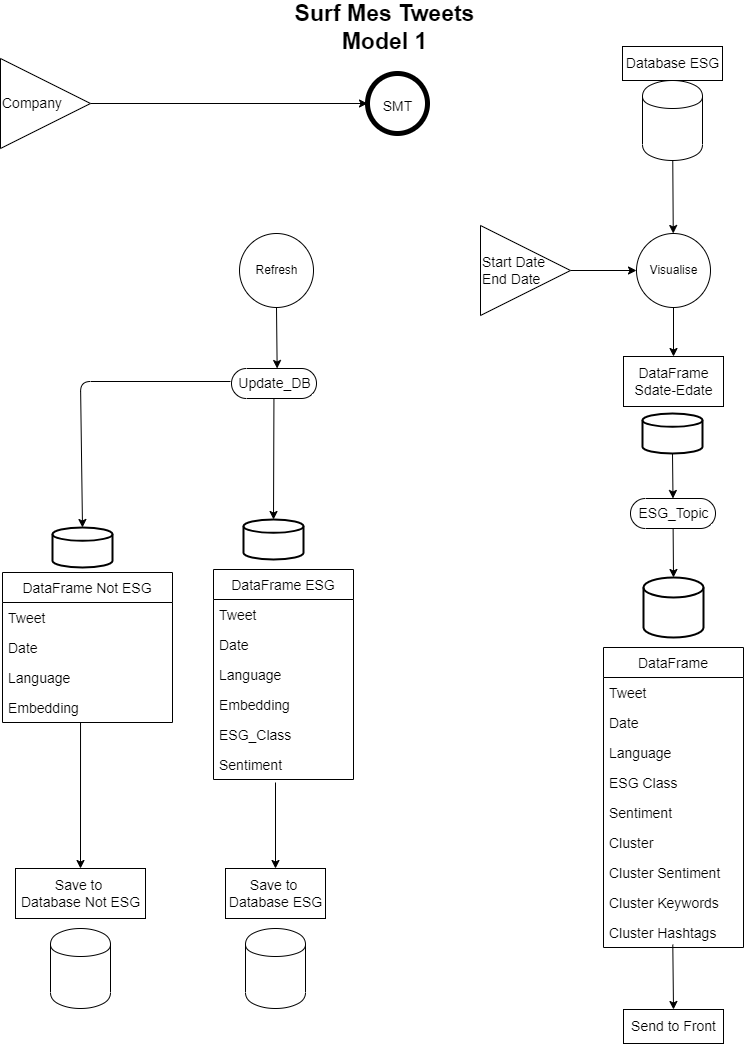
HusseinRR/Twitter-Sentiment-Analysis keeps this draw.io diagram as Final_models/documentation + resources/Model_1.png. Above is the earlier version. Source tidied: cells renumbered, new cells last; positions are measured from the earlier drawing's top-left corner, leaving out a move shared by most shapes.
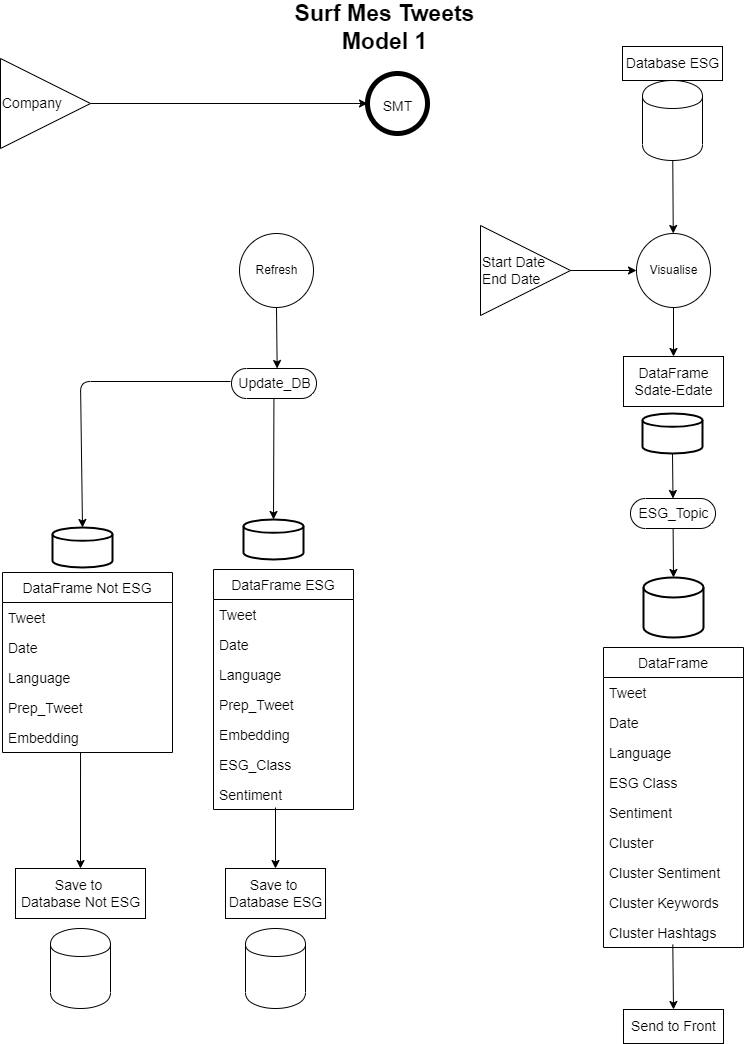
After the change.

Change to the diagram source:
```diff
@@ -44,7 +44,7 @@
       <mxGeometry x="243" y="512" width="60" height="40" as="geometry" />
     </mxCell>
     <mxCell id="14" value="DataFrame ESG" style="swimlane;fontStyle=0;horizontal=1;startSize=30;fontSize=14;" parent="1" vertex="1">
-      <mxGeometry x="213" y="562" width="140" height="210" as="geometry" />
+      <mxGeometry x="213" y="562" width="140" height="240" as="geometry" />
     </mxCell>
     <mxCell id="15" value="Tweet" style="text;strokeColor=none;fillColor=none;align=left;verticalAlign=middle;spacingLeft=4;spacingRight=4;overflow=hidden;fontSize=14;" parent="14" vertex="1">
       <mxGeometry y="30" width="140" height="30" as="geometry" />
@@ -55,14 +55,17 @@
     <mxCell id="17" value="Language" style="text;strokeColor=none;fillColor=none;align=left;verticalAlign=middle;spacingLeft=4;spacingRight=4;overflow=hidden;fontSize=14;" parent="14" vertex="1">
       <mxGeometry y="90" width="140" height="30" as="geometry" />
     </mxCell>
+    <mxCell id="59" value="Prep_Tweet" style="text;strokeColor=none;fillColor=none;align=left;verticalAlign=middle;spacingLeft=4;spacingRight=4;overflow=hidden;fontSize=14;" parent="14" vertex="1">
+      <mxGeometry y="120" width="140" height="30" as="geometry" />
+    </mxCell>
     <mxCell id="18" value="Embedding" style="text;strokeColor=none;fillColor=none;align=left;verticalAlign=middle;spacingLeft=4;spacingRight=4;overflow=hidden;fontSize=14;" parent="14" vertex="1">
-      <mxGeometry y="120" width="140" height="30" as="geometry" />
+      <mxGeometry y="150" width="140" height="30" as="geometry" />
     </mxCell>
     <mxCell id="19" value="ESG_Class" style="text;strokeColor=none;fillColor=none;align=left;verticalAlign=middle;spacingLeft=4;spacingRight=4;overflow=hidden;fontSize=14;" parent="14" vertex="1">
-      <mxGeometry y="150" width="140" height="30" as="geometry" />
+      <mxGeometry y="180" width="140" height="30" as="geometry" />
     </mxCell>
     <mxCell id="20" value="Sentiment" style="text;strokeColor=none;fillColor=none;align=left;verticalAlign=middle;spacingLeft=4;spacingRight=4;overflow=hidden;fontSize=14;" parent="14" vertex="1">
-      <mxGeometry y="180" width="140" height="30" as="geometry" />
+      <mxGeometry y="210" width="140" height="30" as="geometry" />
     </mxCell>
     <mxCell id="21" style="edgeStyle=none;html=1;entryX=0.5;entryY=0;entryDx=0;entryDy=0;fontSize=14;startArrow=none;" parent="1" edge="1" source="24">
       <mxGeometry relative="1" as="geometry">
@@ -74,14 +77,14 @@
     </mxCell>
     <mxCell id="23" style="edgeStyle=none;html=1;entryX=0.5;entryY=0;entryDx=0;entryDy=0;fontSize=14;" parent="1" edge="1" target="24">
       <mxGeometry relative="1" as="geometry">
-        <mxPoint x="275" y="775" as="sourcePoint" />
+        <mxPoint x="275" y="800" as="sourcePoint" />
       </mxGeometry>
     </mxCell>
     <mxCell id="24" value="Save to&amp;nbsp;&lt;br&gt;Database ESG" style="html=1;dashed=0;whitespace=wrap;fontSize=14;" parent="1" vertex="1">
       <mxGeometry x="225" y="861" width="100" height="50" as="geometry" />
     </mxCell>
     <mxCell id="25" value="DataFrame Not ESG" style="swimlane;fontStyle=0;horizontal=1;startSize=30;fontSize=14;" parent="1" vertex="1">
-      <mxGeometry x="2" y="565" width="170" height="150" as="geometry" />
+      <mxGeometry x="2" y="565" width="170" height="180" as="geometry" />
     </mxCell>
     <mxCell id="26" value="Tweet" style="text;strokeColor=none;fillColor=none;align=left;verticalAlign=middle;spacingLeft=4;spacingRight=4;overflow=hidden;fontSize=14;" parent="25" vertex="1">
       <mxGeometry y="30" width="170" height="30" as="geometry" />
@@ -89,11 +92,14 @@
     <mxCell id="27" value="Date" style="text;strokeColor=none;fillColor=none;align=left;verticalAlign=middle;spacingLeft=4;spacingRight=4;overflow=hidden;fontSize=14;" parent="25" vertex="1">
       <mxGeometry y="60" width="170" height="30" as="geometry" />
     </mxCell>
+    <mxCell id="60" value="Language" style="text;strokeColor=none;fillColor=none;align=left;verticalAlign=middle;spacingLeft=4;spacingRight=4;overflow=hidden;fontSize=14;" parent="25" vertex="1">
+      <mxGeometry y="90" width="170" height="30" as="geometry" />
+    </mxCell>
-    <mxCell id="28" value="Language" style="text;strokeColor=none;fillColor=none;align=left;verticalAlign=middle;spacingLeft=4;spacingRight=4;overflow=hidden;fontSize=14;" parent="25" vertex="1">
-      <mxGeometry y="90" width="170" height="30" as="geometry" />
+    <mxCell id="28" value="Prep_Tweet" style="text;strokeColor=none;fillColor=none;align=left;verticalAlign=middle;spacingLeft=4;spacingRight=4;overflow=hidden;fontSize=14;" parent="25" vertex="1">
+      <mxGeometry y="120" width="170" height="30" as="geometry" />
     </mxCell>
     <mxCell id="29" value="Embedding" style="text;strokeColor=none;fillColor=none;align=left;verticalAlign=middle;spacingLeft=4;spacingRight=4;overflow=hidden;points=[[0,0.5],[1,0.5]];portConstraint=eastwest;fontSize=14;" parent="25" vertex="1">
-      <mxGeometry y="120" width="170" height="30" as="geometry" />
+      <mxGeometry y="150" width="170" height="30" as="geometry" />
     </mxCell>
     <mxCell id="30" style="strokeWidth=2;html=1;shape=mxgraph.flowchart.database;whiteSpace=wrap;fontSize=14;" parent="1" vertex="1">
       <mxGeometry x="52" y="520" width="60" height="40" as="geometry" />
```
